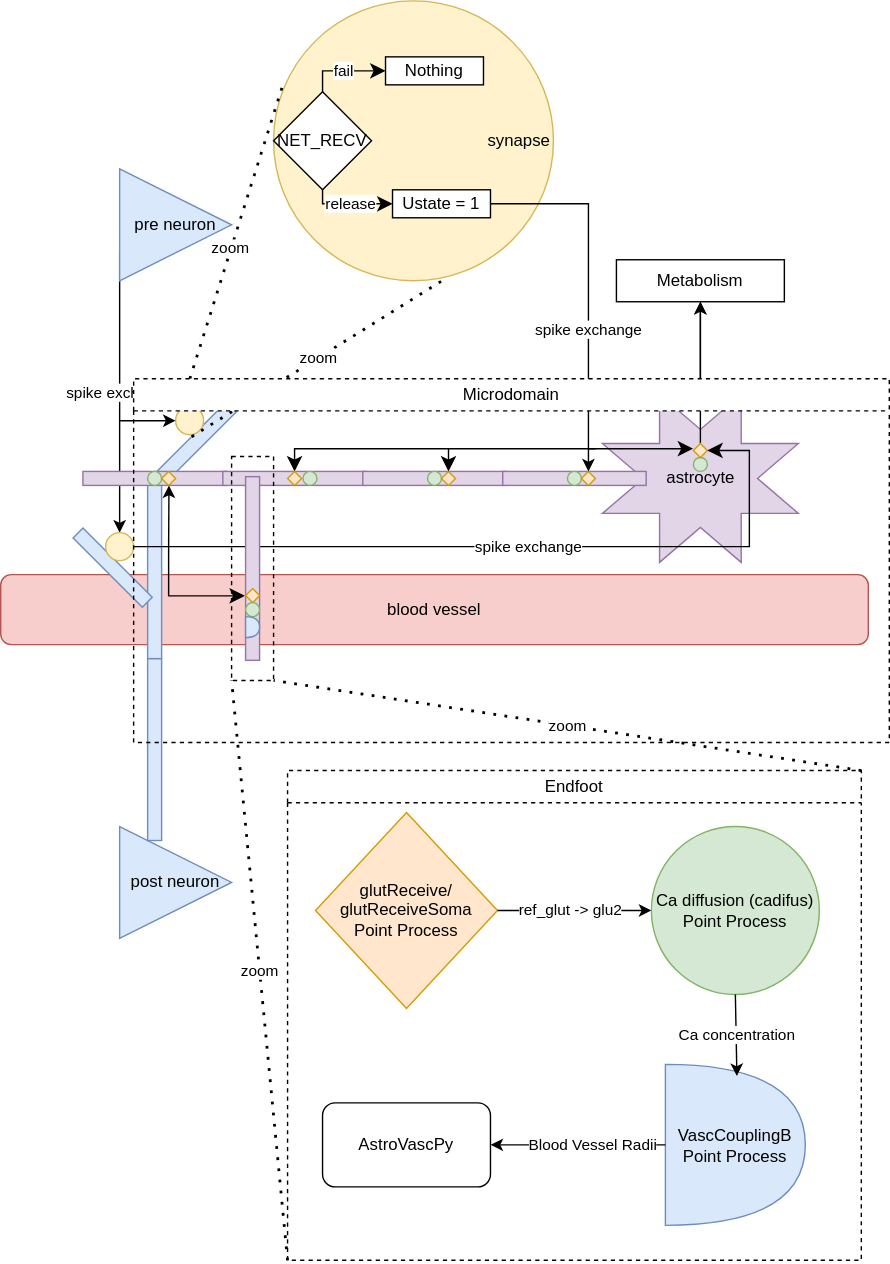
The draw.io diagram docs/source/img/tripartite.drawio.svg in openbraininstitute/neurodamus, before a commit. Source tidied: cells renumbered, new cells last; positions are measured from the earlier drawing's top-left corner, leaving out a move shared by most shapes.
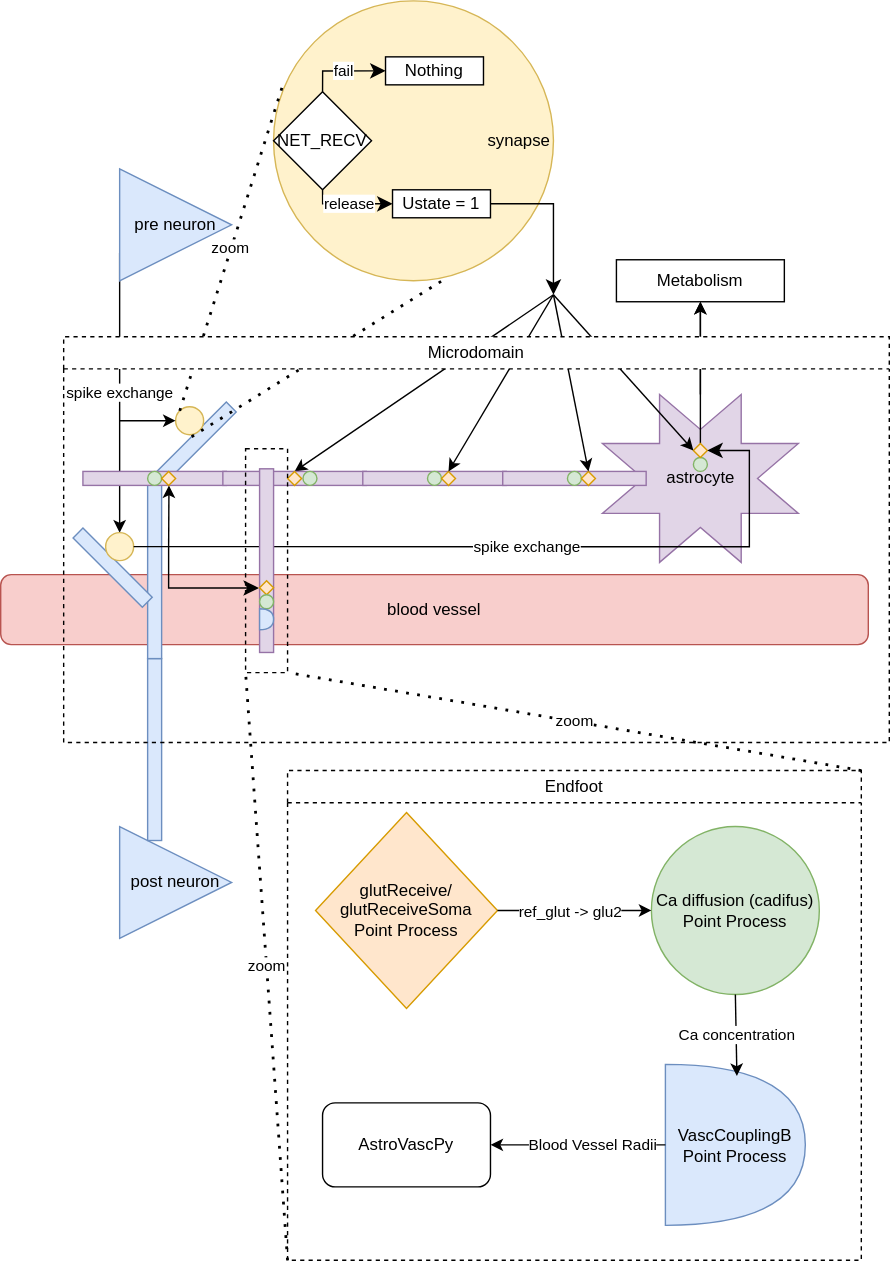
Above is the later version.

Commit message:
Jim's suggestions

Change to the diagram source:
```diff
@@ -2,6 +2,11 @@
   <root>
     <mxCell id="0" />
     <mxCell id="1" parent="0" />
+    <mxCell id="64" style="endArrow=classic;html=1;entryX=0;entryY=0.5;entryDx=0;entryDy=0;" parent="1" edge="1" target="24">
+      <mxGeometry relative="1" as="geometry">
+        <mxPoint x="395" y="210" as="sourcePoint" />
+      </mxGeometry>
+    </mxCell>
     <mxCell id="2" value="blood vessel" style="rounded=1;whiteSpace=wrap;html=1;rotation=0;fillColor=#f8cecc;strokeColor=#b85450;" parent="1" vertex="1">
       <mxGeometry y="410" width="620" height="50" as="geometry" />
     </mxCell>
@@ -117,31 +122,6 @@
     <mxCell id="36" value="Metabolism" style="rounded=0;whiteSpace=wrap;html=1;" parent="1" vertex="1">
       <mxGeometry x="440" y="185" width="120" height="30" as="geometry" />
     </mxCell>
-    <mxCell id="37" value="spike exchange" style="edgeStyle=elbowEdgeStyle;elbow=horizontal;endArrow=classic;html=1;curved=0;rounded=0;endSize=8;startSize=8;exitX=1;exitY=0.5;exitDx=0;exitDy=0;entryX=-0.019;entryY=0.375;entryDx=0;entryDy=0;entryPerimeter=0;" parent="1" edge="1" source="18" target="32">
-      <mxGeometry relative="1" as="geometry">
-        <Array as="points">
-          <mxPoint x="420" y="260" />
-        </Array>
-      </mxGeometry>
-    </mxCell>
-    <mxCell id="38" style="edgeStyle=segmentEdgeStyle;endArrow=classic;html=1;curved=0;rounded=0;endSize=8;startSize=8;entryX=0.5;entryY=0;entryDx=0;entryDy=0;" parent="1" edge="1" target="34">
-      <mxGeometry relative="1" as="geometry">
-        <mxPoint x="425" y="320" as="sourcePoint" />
-      </mxGeometry>
-    </mxCell>
-    <mxCell id="39" style="endArrow=classic;html=1;entryX=0.5;entryY=0;entryDx=0;entryDy=0;" parent="1" edge="1" target="33">
-      <mxGeometry relative="1" as="geometry">
-        <mxPoint x="420" y="320" as="sourcePoint" />
-      </mxGeometry>
-    </mxCell>
-    <mxCell id="40" style="edgeStyle=segmentEdgeStyle;endArrow=classic;html=1;curved=0;rounded=0;endSize=8;startSize=8;entryX=0;entryY=0.5;entryDx=0;entryDy=0;" parent="1" edge="1" target="24">
-      <mxGeometry relative="1" as="geometry">
-        <mxPoint x="320" y="320" as="sourcePoint" />
-        <Array as="points">
-          <mxPoint x="210" y="320" />
-        </Array>
-      </mxGeometry>
-    </mxCell>
     <mxCell id="41" style="edgeStyle=elbowEdgeStyle;elbow=horizontal;endArrow=classic;html=1;curved=0;rounded=0;endSize=8;startSize=8;exitX=1;exitY=0.5;exitDx=0;exitDy=0;entryX=-0.05;entryY=0.649;entryDx=0;entryDy=0;entryPerimeter=0;" parent="1" edge="1" source="11" target="59">
       <mxGeometry relative="1" as="geometry">
         <Array as="points">
@@ -202,26 +182,46 @@
     <mxCell id="56" value="zoom" style="endArrow=none;dashed=1;html=1;dashPattern=1 3;strokeWidth=2;entryX=1;entryY=1;entryDx=0;entryDy=0;exitX=1;exitY=0;exitDx=0;exitDy=0;" parent="1" edge="1" source="43" target="58">
       <mxGeometry relative="1" as="geometry" />
     </mxCell>
+    <mxCell id="63" style="ellipse;whiteSpace=wrap;html=1;fillColor=#d5e8d4;strokeColor=#82b366;" parent="1" vertex="1">
+      <mxGeometry x="216" y="336.2" width="10" height="10" as="geometry" />
+    </mxCell>
+    <mxCell id="65" style="edgeStyle=segmentEdgeStyle;endArrow=classic;html=1;curved=0;rounded=0;endSize=8;startSize=8;exitX=1;exitY=0.5;exitDx=0;exitDy=0;" parent="1" edge="1" source="18">
+      <mxGeometry relative="1" as="geometry">
+        <mxPoint x="395" y="210" as="targetPoint" />
+      </mxGeometry>
+    </mxCell>
+    <mxCell id="66" style="endArrow=classic;html=1;entryX=0.5;entryY=0;entryDx=0;entryDy=0;" parent="1" edge="1" target="34">
+      <mxGeometry relative="1" as="geometry">
+        <mxPoint x="395" y="210" as="sourcePoint" />
+      </mxGeometry>
+    </mxCell>
+    <mxCell id="67" style="endArrow=classic;html=1;entryX=0.5;entryY=0;entryDx=0;entryDy=0;" parent="1" edge="1" target="33">
+      <mxGeometry relative="1" as="geometry">
+        <mxPoint x="395" y="210" as="sourcePoint" />
+      </mxGeometry>
+    </mxCell>
+    <mxCell id="68" style="endArrow=classic;html=1;entryX=0;entryY=0.5;entryDx=0;entryDy=0;" parent="1" edge="1" target="32">
+      <mxGeometry relative="1" as="geometry">
+        <mxPoint x="395" y="210" as="sourcePoint" />
+      </mxGeometry>
+    </mxCell>
     <mxCell id="57" value="&lt;span style=&quot;font-weight: normal;&quot;&gt;Microdomain&lt;/span&gt;" style="swimlane;whiteSpace=wrap;html=1;dashed=1;" parent="1" vertex="1">
-      <mxGeometry x="95" y="270" width="540" height="260" as="geometry" />
+      <mxGeometry x="45" y="240" width="590" height="290" as="geometry" />
     </mxCell>
     <mxCell id="58" style="rounded=0;whiteSpace=wrap;html=1;gradientColor=none;fillColor=none;dashed=1;" parent="57" vertex="1">
-      <mxGeometry x="70" y="55.6" width="30" height="160" as="geometry" />
+      <mxGeometry x="130" y="80" width="30" height="160" as="geometry" />
     </mxCell>
     <mxCell id="59" style="rounded=0;whiteSpace=wrap;html=1;fillColor=#e1d5e7;strokeColor=#9673a6;rotation=0;" parent="57" vertex="1">
-      <mxGeometry x="80" y="70" width="10" height="131.2" as="geometry" />
+      <mxGeometry x="140" y="94.4" width="10" height="131.2" as="geometry" />
     </mxCell>
     <mxCell id="60" style="rhombus;whiteSpace=wrap;html=1;fillColor=#ffe6cc;strokeColor=#d79b00;" parent="57" vertex="1">
-      <mxGeometry x="80" y="150" width="10" height="10" as="geometry" />
+      <mxGeometry x="140" y="174.4" width="10" height="10" as="geometry" />
     </mxCell>
     <mxCell id="61" style="ellipse;whiteSpace=wrap;html=1;fillColor=#d5e8d4;strokeColor=#82b366;" parent="57" vertex="1">
-      <mxGeometry x="80" y="160" width="10" height="10" as="geometry" />
+      <mxGeometry x="140" y="184.4" width="10" height="10" as="geometry" />
     </mxCell>
     <mxCell id="62" style="shape=or;whiteSpace=wrap;html=1;fillColor=#dae8fc;strokeColor=#6c8ebf;" parent="57" vertex="1">
-      <mxGeometry x="80" y="170" width="10" height="15" as="geometry" />
+      <mxGeometry x="140" y="194.4" width="10" height="15" as="geometry" />
     </mxCell>
-    <mxCell id="63" style="ellipse;whiteSpace=wrap;html=1;fillColor=#d5e8d4;strokeColor=#82b366;" parent="1" vertex="1">
-      <mxGeometry x="216" y="336.2" width="10" height="10" as="geometry" />
-    </mxCell>
   </root>
 </mxGraphModel>
```
